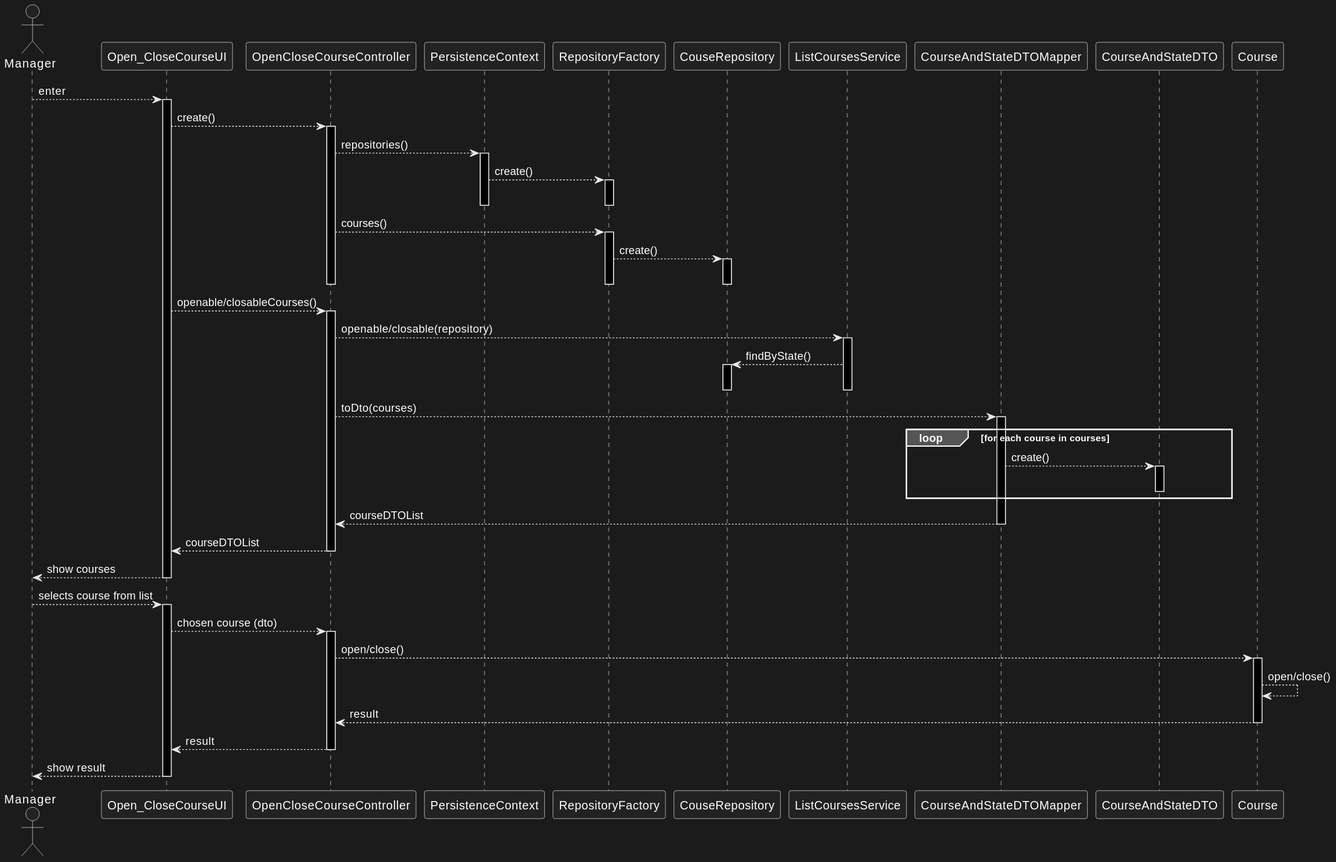
jovami/isep-lapr4 keeps this PlantUML diagram as docs/us_1004/sd.svg. Above is the earlier version.
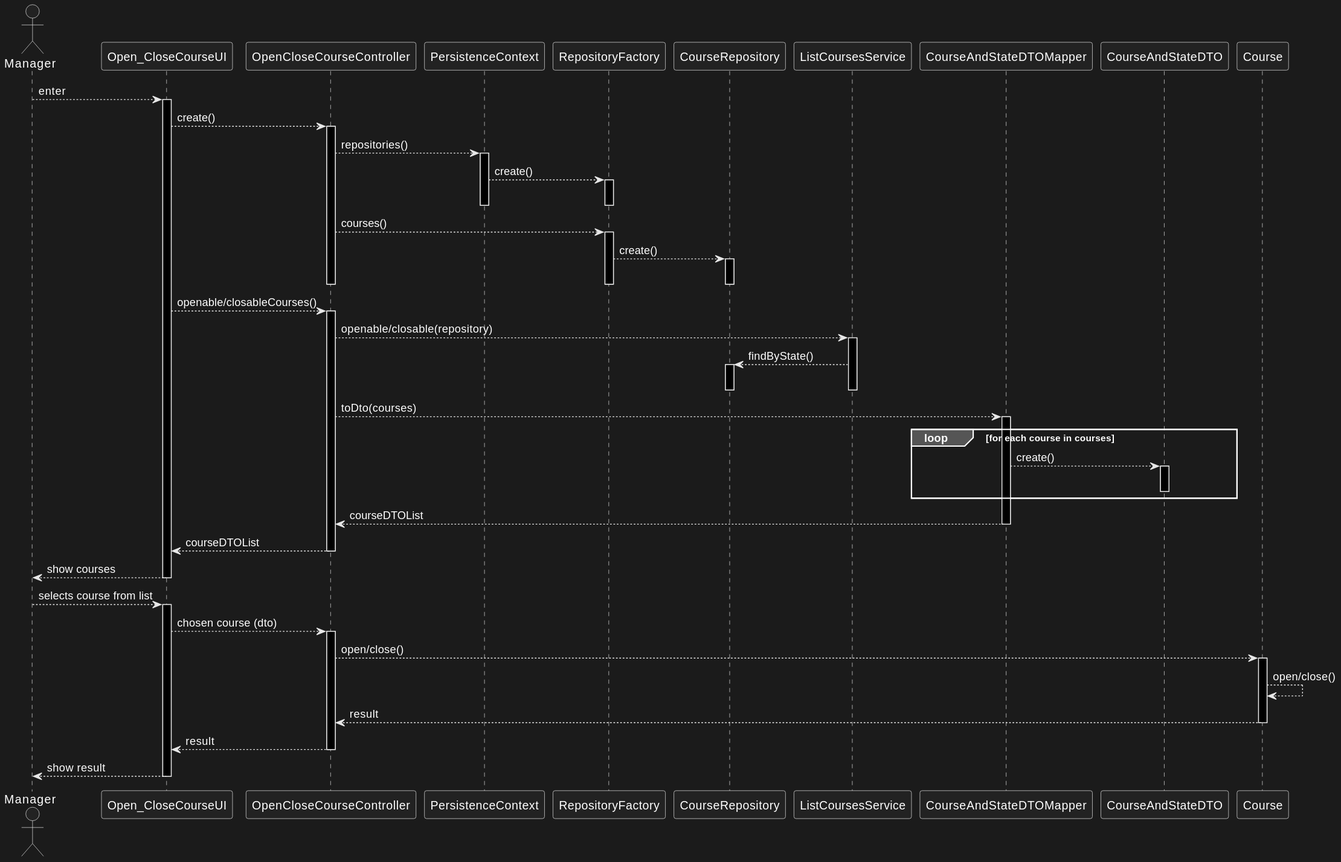
After the change.

Diff of the diagram source:
```diff
@@ -5,7 +5,7 @@
 
 participant PersistenceContext as ctx
 participant RepositoryFactory as rep_fac
-participant CouseRepository as repo
+participant CourseRepository as repo
 
 participant ListCoursesService as svc
 
```
